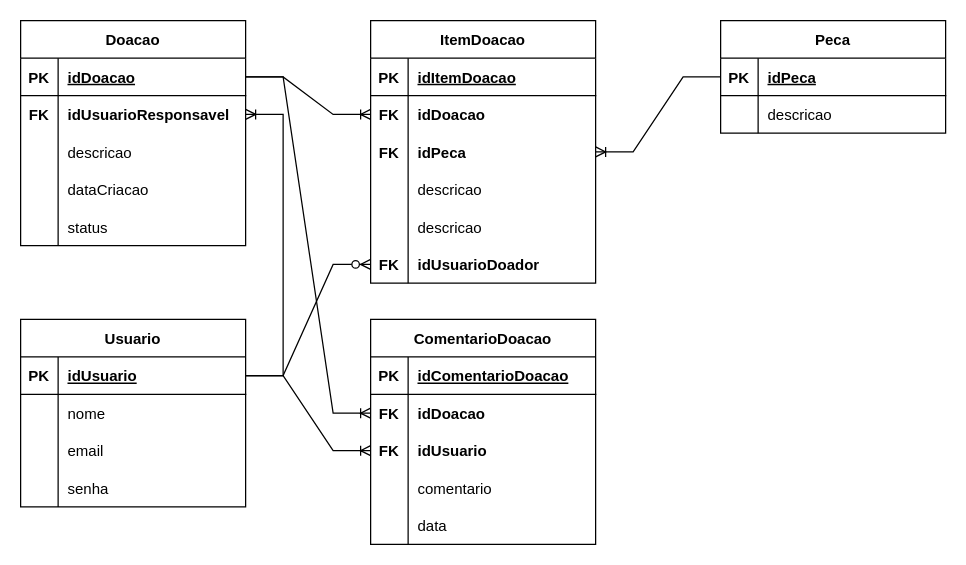
Earlier version of the draw.io diagram page "esquema relacional" (2 of 2) of docs/diagramas/diagramas.drawio (ICEI-PUC-Minas-PMV-ADS/pmv-ads-2022-1-e2-proj-int-t1-skate-para-todos). Source tidied: cells renumbered, new cells numbered last; positions are measured from the earlier drawing's top-left corner, leaving out a move shared by most shapes. Both pictures are drawn from the tidied source at 125%, with x=0, y=0 at pixel (20, 20).
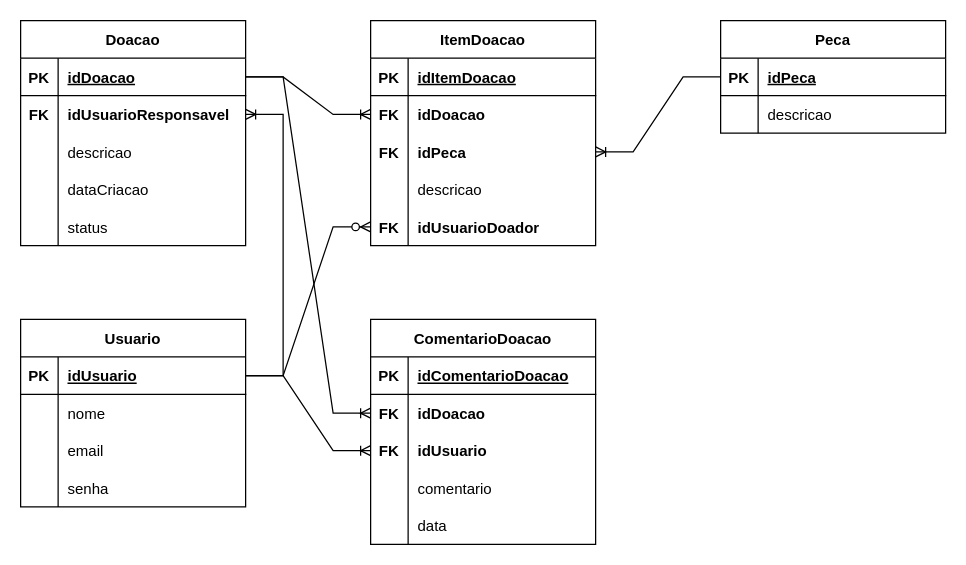
The same page after the edit.

Diff of the diagram source:
```diff
@@
     <mxCell id="18" value="ItemDoacao" style="shape=table;startSize=30;childLayout=tableLayout;rowLines=0;fontStyle=1;align=center;" parent="1" vertex="1">
-      <mxGeometry x="280" width="180" height="210" as="geometry" />
+      <mxGeometry x="280" width="180" height="180" as="geometry" />
     </mxCell>
@@
-    <mxCell id="31" style="shape=tableRow;horizontal=0;startSize=0;swimlaneHead=0;swimlaneBody=0;fillColor=none;top=0;left=0;right=0;bottom=0;" parent="18" vertex="1">
-      <mxGeometry y="150" width="180" height="30" as="geometry" />
-    </mxCell>
-    <mxCell id="32" style="shape=partialRectangle;fillColor=none;top=0;left=0;bottom=0;right=0;overflow=hidden;" parent="31" vertex="1">
-      <mxGeometry width="30" height="30" as="geometry" />
-    </mxCell>
-    <mxCell id="33" value="descricao" style="shape=partialRectangle;fillColor=none;top=0;left=0;bottom=0;right=0;align=left;spacingLeft=6;overflow=hidden;" parent="31" vertex="1">
-      <mxGeometry x="30" width="150" height="30" as="geometry" />
-    </mxCell>
     <mxCell id="34" style="shape=tableRow;horizontal=0;startSize=0;swimlaneHead=0;swimlaneBody=0;fillColor=none;points=[[0,0.5],[1,0.5]];portConstraint=eastwest;top=0;left=0;right=0;bottom=0;fontStyle=1;" parent="18" vertex="1">
-      <mxGeometry y="180" width="180" height="30" as="geometry" />
+      <mxGeometry y="150" width="180" height="30" as="geometry" />
     </mxCell>
```
